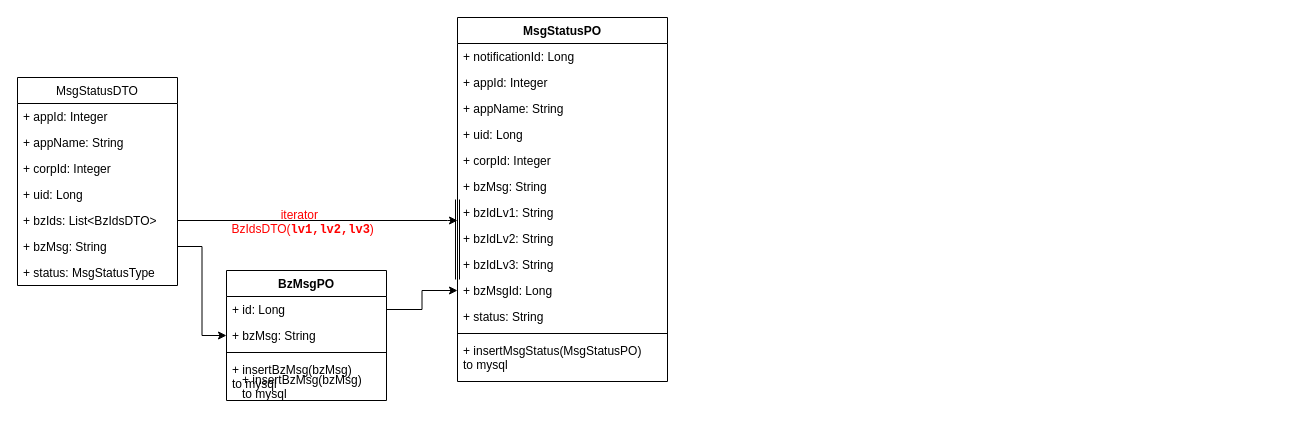
mayunzhen/user-service-provider keeps this draw.io diagram as Untitled Diagram.drawio. Above is the earlier version. Source tidied: cells renumbered, new cells numbered last; positions are measured from the earlier drawing's top-left corner, leaving out a move shared by most shapes. Both pictures are drawn from the tidied source at 100%, with x=0, y=0 at pixel (17, 17).
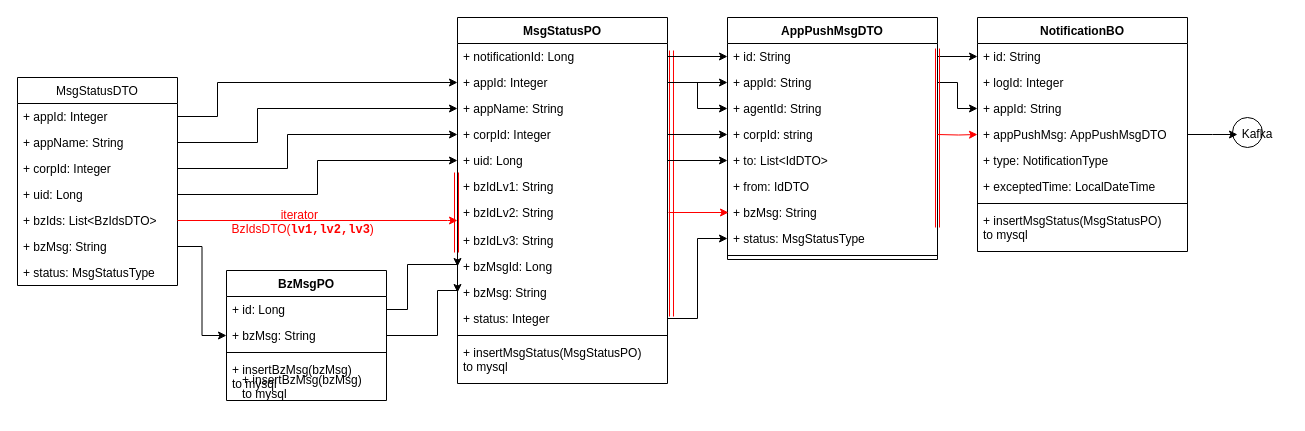
After the change.

Unchanged cells that the change refers to:
```xml
<mxCell id="3" value="+ appId: Integer" style="text;strokeColor=none;fillColor=none;align=left;verticalAlign=top;spacingLeft=4;spacingRight=4;overflow=hidden;points=[[0,0.5],[1,0.5]];portConstraint=eastwest;" parent="2" vertex="1">
  <mxGeometry y="26" width="160" height="26" as="geometry" />
</mxCell>
<mxCell id="4" value="+ appName: String" style="text;strokeColor=none;fillColor=none;align=left;verticalAlign=top;spacingLeft=4;spacingRight=4;overflow=hidden;points=[[0,0.5],[1,0.5]];portConstraint=eastwest;" parent="2" vertex="1">
  <mxGeometry y="52" width="160" height="26" as="geometry" />
</mxCell>
<mxCell id="5" value="+ corpId: Integer" style="text;strokeColor=none;fillColor=none;align=left;verticalAlign=top;spacingLeft=4;spacingRight=4;overflow=hidden;points=[[0,0.5],[1,0.5]];portConstraint=eastwest;" parent="2" vertex="1">
  <mxGeometry y="78" width="160" height="26" as="geometry" />
</mxCell>
<mxCell id="6" value="+ uid: Long" style="text;strokeColor=none;fillColor=none;align=left;verticalAlign=top;spacingLeft=4;spacingRight=4;overflow=hidden;points=[[0,0.5],[1,0.5]];portConstraint=eastwest;" parent="2" vertex="1">
  <mxGeometry y="104" width="160" height="26" as="geometry" />
</mxCell>
<mxCell id="7" value="+ bzIds: List&lt;BzIdsDTO&gt;" style="text;strokeColor=none;fillColor=none;align=left;verticalAlign=top;spacingLeft=4;spacingRight=4;overflow=hidden;points=[[0,0.5],[1,0.5]];portConstraint=eastwest;" parent="2" vertex="1">
  <mxGeometry y="130" width="160" height="26" as="geometry" />
</mxCell>
<mxCell id="11" value="+ id: Long" style="text;strokeColor=none;fillColor=none;align=left;verticalAlign=top;spacingLeft=4;spacingRight=4;overflow=hidden;points=[[0,0.5],[1,0.5]];portConstraint=eastwest;" parent="10" vertex="1">
  <mxGeometry y="26" width="160" height="26" as="geometry" />
</mxCell>
<mxCell id="12" value="+ bzMsg: String" style="text;strokeColor=none;fillColor=none;align=left;verticalAlign=top;spacingLeft=4;spacingRight=4;overflow=hidden;points=[[0,0.5],[1,0.5]];portConstraint=eastwest;" parent="10" vertex="1">
  <mxGeometry y="52" width="160" height="26" as="geometry" />
</mxCell>
<mxCell id="20" value="+ notificationId: Long" style="text;strokeColor=none;fillColor=none;align=left;verticalAlign=top;spacingLeft=4;spacingRight=4;overflow=hidden;points=[[0,0.5],[1,0.5]];portConstraint=eastwest;" parent="19" vertex="1">
  <mxGeometry y="26" width="210" height="26" as="geometry" />
</mxCell>
<mxCell id="21" value="+ appId: Integer" style="text;strokeColor=none;fillColor=none;align=left;verticalAlign=top;spacingLeft=4;spacingRight=4;overflow=hidden;points=[[0,0.5],[1,0.5]];portConstraint=eastwest;" parent="19" vertex="1">
  <mxGeometry y="52" width="210" height="26" as="geometry" />
</mxCell>
<mxCell id="22" value="+ appName: String" style="text;strokeColor=none;fillColor=none;align=left;verticalAlign=top;spacingLeft=4;spacingRight=4;overflow=hidden;points=[[0,0.5],[1,0.5]];portConstraint=eastwest;" parent="19" vertex="1">
  <mxGeometry y="78" width="210" height="26" as="geometry" />
</mxCell>
```

Diff of the diagram source:
```diff
@@
-    <mxCell id="16" style="edgeStyle=orthogonalEdgeStyle;rounded=0;jettySize=auto;html=1;exitX=1;exitY=0.5;exitDx=0;exitDy=0;" parent="1" edge="1" source="7">
+    <mxCell id="16" style="edgeStyle=orthogonalEdgeStyle;rounded=0;jettySize=auto;html=1;exitX=1;exitY=0.5;exitDx=0;exitDy=0;strokeColor=#FF0000;" parent="1" edge="1" source="7">
       <mxGeometry relative="1" as="geometry">
         <mxPoint x="440" y="203" as="targetPoint" />
         <Array as="points">
           <mxPoint x="430" y="203" />
         </Array>
       </mxGeometry>
     </mxCell>
@@
     <mxCell id="19" value="MsgStatusPO" style="swimlane;fontStyle=1;align=center;verticalAlign=top;horizontal=1;startSize=26;" parent="1" vertex="1">
-      <mxGeometry x="440" width="210" height="364" as="geometry" />
+      <mxGeometry x="440" width="210" height="366" as="geometry" />
     </mxCell>
@@
+    <mxCell id="24" value="+ corpId: Integer" style="text;strokeColor=none;fillColor=none;align=left;verticalAlign=top;spacingLeft=4;spacingRight=4;overflow=hidden;points=[[0,0.5],[1,0.5]];portConstraint=eastwest;" parent="19" vertex="1">
+      <mxGeometry y="104" width="210" height="26" as="geometry" />
+    </mxCell>
     <mxCell id="23" value="+ uid: Long" style="text;strokeColor=none;fillColor=none;align=left;verticalAlign=top;spacingLeft=4;spacingRight=4;overflow=hidden;points=[[0,0.5],[1,0.5]];portConstraint=eastwest;" parent="19" vertex="1">
-      <mxGeometry y="104" width="210" height="26" as="geometry" />
+      <mxGeometry y="130" width="210" height="26" as="geometry" />
     </mxCell>
-    <mxCell id="24" value="+ corpId: Integer" style="text;strokeColor=none;fillColor=none;align=left;verticalAlign=top;spacingLeft=4;spacingRight=4;overflow=hidden;points=[[0,0.5],[1,0.5]];portConstraint=eastwest;" parent="19" vertex="1">
-      <mxGeometry y="130" width="210" height="26" as="geometry" />
-    </mxCell>
-    <mxCell id="25" value="+ bzMsg: String" style="text;strokeColor=none;fillColor=none;align=left;verticalAlign=top;spacingLeft=4;spacingRight=4;overflow=hidden;points=[[0,0.5],[1,0.5]];portConstraint=eastwest;" parent="19" vertex="1">
-      <mxGeometry y="156" width="210" height="26" as="geometry" />
-    </mxCell>
     <mxCell id="26" value="+ bzIdLv1: String" style="text;strokeColor=none;fillColor=none;align=left;verticalAlign=top;spacingLeft=4;spacingRight=4;overflow=hidden;" parent="19" vertex="1">
-      <mxGeometry y="182" width="210" height="26" as="geometry" />
+      <mxGeometry y="156" width="210" height="26" as="geometry" />
     </mxCell>
+    <mxCell id="33" style="shape=link;html=1;rounded=0;fontSize=12;fontColor=#FF0000;strokeColor=#FF0000;" parent="19" edge="1">
+      <mxGeometry relative="1" as="geometry">
+        <mxPoint x="-1" y="155" as="sourcePoint" />
+        <mxPoint x="-1" y="235" as="targetPoint" />
+      </mxGeometry>
+    </mxCell>
     <mxCell id="27" value="+ bzIdLv2: String" style="text;strokeColor=none;fillColor=none;align=left;verticalAlign=top;spacingLeft=4;spacingRight=4;overflow=hidden;" parent="19" vertex="1">
-      <mxGeometry y="208" width="210" height="26" as="geometry" />
+      <mxGeometry y="182" width="210" height="28" as="geometry" />
     </mxCell>
     <mxCell id="28" value="+ bzIdLv3: String" style="text;strokeColor=none;fillColor=none;align=left;verticalAlign=top;spacingLeft=4;spacingRight=4;overflow=hidden;" parent="19" vertex="1">
-      <mxGeometry y="234" width="210" height="26" as="geometry" />
+      <mxGeometry y="210" width="210" height="26" as="geometry" />
     </mxCell>
     <mxCell id="29" value="+ bzMsgId: Long" style="text;strokeColor=none;fillColor=none;align=left;verticalAlign=top;spacingLeft=4;spacingRight=4;overflow=hidden;points=[[0,0.5],[1,0.5]];portConstraint=eastwest;" parent="19" vertex="1">
-      <mxGeometry y="260" width="210" height="26" as="geometry" />
+      <mxGeometry y="236" width="210" height="26" as="geometry" />
     </mxCell>
+    <mxCell id="25" value="+ bzMsg: String" style="text;strokeColor=none;fillColor=none;align=left;verticalAlign=top;spacingLeft=4;spacingRight=4;overflow=hidden;points=[[0,0.5],[1,0.5]];portConstraint=eastwest;" parent="19" vertex="1">
+      <mxGeometry y="262" width="210" height="26" as="geometry" />
+    </mxCell>
-    <mxCell id="30" value="+ status: String" style="text;strokeColor=none;fillColor=none;align=left;verticalAlign=top;spacingLeft=4;spacingRight=4;overflow=hidden;points=[[0,0.5],[1,0.5]];portConstraint=eastwest;" parent="19" vertex="1">
-      <mxGeometry y="286" width="210" height="26" as="geometry" />
+    <mxCell id="30" value="+ status: Integer" style="text;strokeColor=none;fillColor=none;align=left;verticalAlign=top;spacingLeft=4;spacingRight=4;overflow=hidden;points=[[0,0.5],[1,0.5]];portConstraint=eastwest;" parent="19" vertex="1">
+      <mxGeometry y="288" width="210" height="26" as="geometry" />
     </mxCell>
     <mxCell id="31" style="line;strokeWidth=1;fillColor=none;align=left;verticalAlign=middle;spacingTop=-1;spacingLeft=3;spacingRight=3;labelPosition=right;" parent="19" vertex="1">
-      <mxGeometry y="312" width="210" height="8" as="geometry" />
+      <mxGeometry y="314" width="210" height="8" as="geometry" />
     </mxCell>
     <mxCell id="32" value="+ insertMsgStatus(MsgStatusPO)&#10;to mysql&#10;" style="text;strokeColor=none;fillColor=none;align=left;verticalAlign=top;spacingLeft=4;spacingRight=4;overflow=hidden;" parent="19" vertex="1">
-      <mxGeometry y="320" width="210" height="44" as="geometry" />
+      <mxGeometry y="322" width="210" height="44" as="geometry" />
     </mxCell>
-    <mxCell id="33" style="shape=link;html=1;rounded=0;fontSize=12;fontColor=#FF0000;" parent="1" edge="1">
-      <mxGeometry relative="1" as="geometry">
-        <mxPoint x="440" y="182" as="sourcePoint" />
-        <mxPoint x="440" y="262" as="targetPoint" />
-      </mxGeometry>
-    </mxCell>
+    <mxCell id="35" style="shape=link;html=1;rounded=0;fontSize=12;fontColor=#FF0000;exitX=1.019;exitY=0.269;exitDx=0;exitDy=0;exitPerimeter=0;strokeColor=#FF0000;" parent="19" edge="1" source="20">
+      <mxGeometry relative="1" as="geometry">
+        <mxPoint x="214" y="299" as="targetPoint" />
+      </mxGeometry>
+    </mxCell>
     <mxCell id="34" style="edgeStyle=orthogonalEdgeStyle;rounded=0;jettySize=auto;html=1;entryX=0;entryY=0.5;entryDx=0;entryDy=0;fontSize=12;fontColor=#FF0000;" parent="1" edge="1" source="11" target="29">
-      <mxGeometry relative="1" as="geometry" />
+      <mxGeometry relative="1" as="geometry">
+        <Array as="points">
+          <mxPoint x="390" y="292" />
+          <mxPoint x="390" y="247" />
+        </Array>
+      </mxGeometry>
     </mxCell>
+    <mxCell id="36" style="edgeStyle=orthogonalEdgeStyle;rounded=0;jettySize=auto;html=1;entryX=0;entryY=0.5;entryDx=0;entryDy=0;fontSize=12;fontColor=#FF0000;" parent="1" edge="1" source="12" target="25">
+      <mxGeometry relative="1" as="geometry">
+        <Array as="points">
+          <mxPoint x="420" y="318" />
+          <mxPoint x="420" y="273" />
+        </Array>
+      </mxGeometry>
+    </mxCell>
+    <mxCell id="37" style="edgeStyle=orthogonalEdgeStyle;rounded=0;jettySize=auto;html=1;exitX=1;exitY=0.5;exitDx=0;exitDy=0;entryX=0;entryY=0.5;entryDx=0;entryDy=0;fontSize=12;fontColor=#FF0000;" parent="1" edge="1" source="6" target="23">
+      <mxGeometry relative="1" as="geometry" />
+    </mxCell>
+    <mxCell id="38" style="edgeStyle=orthogonalEdgeStyle;rounded=0;jettySize=auto;html=1;fontSize=12;fontColor=#FF0000;" parent="1" edge="1" source="5" target="24">
+      <mxGeometry relative="1" as="geometry">
+        <Array as="points">
+          <mxPoint x="270" y="151" />
+          <mxPoint x="270" y="117" />
+        </Array>
+      </mxGeometry>
+    </mxCell>
+    <mxCell id="39" style="edgeStyle=orthogonalEdgeStyle;rounded=0;jettySize=auto;html=1;exitX=1;exitY=0.5;exitDx=0;exitDy=0;fontSize=12;fontColor=#FF0000;" parent="1" edge="1" source="4" target="22">
+      <mxGeometry relative="1" as="geometry">
+        <Array as="points">
+          <mxPoint x="240" y="125" />
+          <mxPoint x="240" y="91" />
+        </Array>
+      </mxGeometry>
+    </mxCell>
+    <mxCell id="40" style="edgeStyle=orthogonalEdgeStyle;rounded=0;jettySize=auto;html=1;exitX=1;exitY=0.5;exitDx=0;exitDy=0;entryX=0;entryY=0.5;entryDx=0;entryDy=0;fontSize=12;fontColor=#FF0000;" parent="1" edge="1" source="3" target="21">
+      <mxGeometry relative="1" as="geometry">
+        <Array as="points">
+          <mxPoint x="200" y="99" />
+          <mxPoint x="200" y="65" />
+        </Array>
+      </mxGeometry>
+    </mxCell>
+    <mxCell id="41" value="AppPushMsgDTO" style="swimlane;fontStyle=1;align=center;verticalAlign=top;horizontal=1;startSize=26;" parent="1" vertex="1">
+      <mxGeometry x="710" width="210" height="242" as="geometry" />
+    </mxCell>
+    <mxCell id="42" value="+ id: String" style="text;strokeColor=none;fillColor=none;align=left;verticalAlign=top;spacingLeft=4;spacingRight=4;overflow=hidden;points=[[0,0.5],[1,0.5]];portConstraint=eastwest;" parent="41" vertex="1">
+      <mxGeometry y="26" width="210" height="26" as="geometry" />
+    </mxCell>
+    <mxCell id="43" value="+ appId: String" style="text;strokeColor=none;fillColor=none;align=left;verticalAlign=top;spacingLeft=4;spacingRight=4;overflow=hidden;points=[[0,0.5],[1,0.5]];portConstraint=eastwest;" parent="41" vertex="1">
+      <mxGeometry y="52" width="210" height="26" as="geometry" />
+    </mxCell>
+    <mxCell id="44" value="+ agentId: String" style="text;strokeColor=none;fillColor=none;align=left;verticalAlign=top;spacingLeft=4;spacingRight=4;overflow=hidden;points=[[0,0.5],[1,0.5]];portConstraint=eastwest;" parent="41" vertex="1">
+      <mxGeometry y="78" width="210" height="26" as="geometry" />
+    </mxCell>
+    <mxCell id="45" value="+ corpId: string" style="text;strokeColor=none;fillColor=none;align=left;verticalAlign=top;spacingLeft=4;spacingRight=4;overflow=hidden;points=[[0,0.5],[1,0.5]];portConstraint=eastwest;" parent="41" vertex="1">
+      <mxGeometry y="104" width="210" height="26" as="geometry" />
+    </mxCell>
+    <mxCell id="46" value="+ to: List&lt;IdDTO&gt;" style="text;strokeColor=none;fillColor=none;align=left;verticalAlign=top;spacingLeft=4;spacingRight=4;overflow=hidden;points=[[0,0.5],[1,0.5]];portConstraint=eastwest;" parent="41" vertex="1">
+      <mxGeometry y="130" width="210" height="26" as="geometry" />
+    </mxCell>
+    <mxCell id="47" value="+ from: IdDTO" style="text;strokeColor=none;fillColor=none;align=left;verticalAlign=top;spacingLeft=4;spacingRight=4;overflow=hidden;" parent="41" vertex="1">
+      <mxGeometry y="156" width="210" height="26" as="geometry" />
+    </mxCell>
+    <mxCell id="48" value="+ bzMsg: String" style="text;strokeColor=none;fillColor=none;align=left;verticalAlign=top;spacingLeft=4;spacingRight=4;overflow=hidden;" parent="41" vertex="1">
+      <mxGeometry y="182" width="210" height="26" as="geometry" />
+    </mxCell>
+    <mxCell id="49" value="+ status: MsgStatusType" style="text;strokeColor=none;fillColor=none;align=left;verticalAlign=top;spacingLeft=4;spacingRight=4;overflow=hidden;points=[[0,0.5],[1,0.5]];portConstraint=eastwest;" parent="41" vertex="1">
+      <mxGeometry y="208" width="210" height="26" as="geometry" />
+    </mxCell>
+    <mxCell id="50" style="line;strokeWidth=1;fillColor=none;align=left;verticalAlign=middle;spacingTop=-1;spacingLeft=3;spacingRight=3;labelPosition=right;" parent="41" vertex="1">
+      <mxGeometry y="234" width="210" height="8" as="geometry" />
+    </mxCell>
+    <mxCell id="51" style="edgeStyle=orthogonalEdgeStyle;rounded=0;jettySize=auto;html=1;exitX=1;exitY=0.5;exitDx=0;exitDy=0;entryX=0;entryY=0.5;entryDx=0;entryDy=0;fontSize=12;fontColor=#FF0000;" parent="1" edge="1" source="20" target="42">
+      <mxGeometry relative="1" as="geometry" />
+    </mxCell>
+    <mxCell id="52" style="edgeStyle=orthogonalEdgeStyle;rounded=0;jettySize=auto;html=1;exitX=1;exitY=0.5;exitDx=0;exitDy=0;entryX=0;entryY=0.5;entryDx=0;entryDy=0;fontSize=12;fontColor=#FF0000;" parent="1" edge="1" source="21" target="43">
+      <mxGeometry relative="1" as="geometry" />
+    </mxCell>
+    <mxCell id="53" style="edgeStyle=orthogonalEdgeStyle;rounded=0;jettySize=auto;html=1;exitX=1;exitY=0.5;exitDx=0;exitDy=0;entryX=0;entryY=0.5;entryDx=0;entryDy=0;fontSize=12;fontColor=#FF0000;" parent="1" edge="1" source="21" target="44">
+      <mxGeometry relative="1" as="geometry" />
+    </mxCell>
+    <mxCell id="54" style="edgeStyle=orthogonalEdgeStyle;rounded=0;jettySize=auto;html=1;exitX=1;exitY=0.5;exitDx=0;exitDy=0;entryX=0;entryY=0.5;entryDx=0;entryDy=0;fontSize=12;fontColor=#FF0000;" parent="1" edge="1" source="24" target="45">
+      <mxGeometry relative="1" as="geometry" />
+    </mxCell>
+    <mxCell id="55" style="edgeStyle=orthogonalEdgeStyle;rounded=0;jettySize=auto;html=1;exitX=1;exitY=0.5;exitDx=0;exitDy=0;entryX=0;entryY=0.5;entryDx=0;entryDy=0;fontSize=12;fontColor=#FF0000;" parent="1" edge="1" source="23" target="46">
+      <mxGeometry relative="1" as="geometry" />
+    </mxCell>
+    <mxCell id="56" style="edgeStyle=orthogonalEdgeStyle;rounded=0;orthogonalLoop=1;jettySize=auto;html=1;entryX=0;entryY=0.5;entryDx=0;entryDy=0;fontSize=12;fontColor=#FF0000;strokeColor=#FF0000;" parent="1" edge="1">
+      <mxGeometry relative="1" as="geometry">
+        <mxPoint x="651" y="195" as="sourcePoint" />
+        <mxPoint x="711" y="195" as="targetPoint" />
+      </mxGeometry>
+    </mxCell>
+    <mxCell id="57" style="edgeStyle=orthogonalEdgeStyle;rounded=0;jettySize=auto;html=1;exitX=1;exitY=0.5;exitDx=0;exitDy=0;entryX=0;entryY=0.5;entryDx=0;entryDy=0;fontSize=12;fontColor=#FF0000;strokeColor=#000000;" parent="1" edge="1" source="30" target="49">
+      <mxGeometry relative="1" as="geometry" />
+    </mxCell>
+    <mxCell id="58" value="NotificationBO" style="swimlane;fontStyle=1;align=center;verticalAlign=top;horizontal=1;startSize=26;" parent="1" vertex="1">
+      <mxGeometry x="960" width="210" height="234" as="geometry" />
+    </mxCell>
+    <mxCell id="59" value="+ id: String" style="text;strokeColor=none;fillColor=none;align=left;verticalAlign=top;spacingLeft=4;spacingRight=4;overflow=hidden;points=[[0,0.5],[1,0.5]];portConstraint=eastwest;" parent="58" vertex="1">
+      <mxGeometry y="26" width="210" height="26" as="geometry" />
+    </mxCell>
+    <mxCell id="60" value="+ logId: Integer" style="text;strokeColor=none;fillColor=none;align=left;verticalAlign=top;spacingLeft=4;spacingRight=4;overflow=hidden;" parent="58" vertex="1">
+      <mxGeometry y="52" width="210" height="26" as="geometry" />
+    </mxCell>
+    <mxCell id="61" value="+ appId: String" style="text;strokeColor=none;fillColor=none;align=left;verticalAlign=top;spacingLeft=4;spacingRight=4;overflow=hidden;points=[[0,0.5],[1,0.5]];portConstraint=eastwest;" parent="58" vertex="1">
+      <mxGeometry y="78" width="210" height="26" as="geometry" />
+    </mxCell>
+    <mxCell id="62" value="+ appPushMsg: AppPushMsgDTO" style="text;strokeColor=none;fillColor=none;align=left;verticalAlign=top;spacingLeft=4;spacingRight=4;overflow=hidden;points=[[0,0.5],[1,0.5]];portConstraint=eastwest;" parent="58" vertex="1">
+      <mxGeometry y="104" width="210" height="26" as="geometry" />
+    </mxCell>
+    <mxCell id="63" value="+ type: NotificationType" style="text;strokeColor=none;fillColor=none;align=left;verticalAlign=top;spacingLeft=4;spacingRight=4;overflow=hidden;" parent="58" vertex="1">
+      <mxGeometry y="130" width="210" height="26" as="geometry" />
+    </mxCell>
+    <mxCell id="64" value="+ exceptedTime: LocalDateTime" style="text;strokeColor=none;fillColor=none;align=left;verticalAlign=top;spacingLeft=4;spacingRight=4;overflow=hidden;" parent="58" vertex="1">
+      <mxGeometry y="156" width="210" height="26" as="geometry" />
+    </mxCell>
+    <mxCell id="65" style="line;strokeWidth=1;fillColor=none;align=left;verticalAlign=middle;spacingTop=-1;spacingLeft=3;spacingRight=3;labelPosition=right;" parent="58" vertex="1">
+      <mxGeometry y="182" width="210" height="8" as="geometry" />
+    </mxCell>
+    <mxCell id="66" value="+ insertMsgStatus(MsgStatusPO)&#10;to mysql&#10;" style="text;strokeColor=none;fillColor=none;align=left;verticalAlign=top;spacingLeft=4;spacingRight=4;overflow=hidden;" parent="58" vertex="1">
+      <mxGeometry y="190" width="210" height="44" as="geometry" />
+    </mxCell>
+    <mxCell id="67" style="edgeStyle=orthogonalEdgeStyle;rounded=0;jettySize=auto;html=1;exitX=1;exitY=0.5;exitDx=0;exitDy=0;entryX=0;entryY=0.5;entryDx=0;entryDy=0;fontSize=12;fontColor=#FF0000;strokeColor=#000000;" parent="1" edge="1" source="42" target="59">
+      <mxGeometry relative="1" as="geometry" />
+    </mxCell>
+    <mxCell id="68" style="edgeStyle=orthogonalEdgeStyle;rounded=0;jettySize=auto;html=1;exitX=1;exitY=0.5;exitDx=0;exitDy=0;entryX=0;entryY=0.5;entryDx=0;entryDy=0;fontSize=12;fontColor=#FF0000;strokeColor=#000000;" parent="1" edge="1" source="43" target="61">
+      <mxGeometry relative="1" as="geometry" />
+    </mxCell>
+    <mxCell id="69" style="shape=link;html=1;rounded=0;fontSize=12;fontColor=#FF0000;exitX=1.019;exitY=0.269;exitDx=0;exitDy=0;exitPerimeter=0;strokeColor=#FF0000;" parent="1" edge="1">
+      <mxGeometry relative="1" as="geometry">
+        <mxPoint x="920" y="31" as="sourcePoint" />
+        <mxPoint x="920" y="210" as="targetPoint" />
+      </mxGeometry>
+    </mxCell>
+    <mxCell id="70" style="edgeStyle=orthogonalEdgeStyle;rounded=0;jettySize=auto;html=1;entryX=0;entryY=0.5;entryDx=0;entryDy=0;fontSize=12;fontColor=#FF0000;strokeColor=#FF0000;" parent="1" edge="1" target="62">
+      <mxGeometry relative="1" as="geometry">
+        <mxPoint x="920" y="117" as="sourcePoint" />
+      </mxGeometry>
+    </mxCell>
+    <mxCell id="71" style="ellipse;whiteSpace=wrap;html=1;fontSize=12;fontColor=#FF0000;" parent="1" vertex="1">
+      <mxGeometry x="1215" y="100" width="30" height="30" as="geometry" />
+    </mxCell>
+    <mxCell id="72" style="edgeStyle=orthogonalEdgeStyle;rounded=0;jettySize=auto;html=1;exitX=1;exitY=0.5;exitDx=0;exitDy=0;fontSize=12;fontColor=#FF0000;strokeColor=#000000;" parent="1" edge="1" source="62">
+      <mxGeometry relative="1" as="geometry">
+        <mxPoint x="1220" y="117" as="targetPoint" />
+      </mxGeometry>
+    </mxCell>
+    <mxCell id="73" value="&lt;font color=&quot;#000000&quot;&gt;Kafka&lt;/font&gt;" style="text;html=1;strokeColor=none;fillColor=none;align=center;verticalAlign=middle;whiteSpace=wrap;rounded=0;fontSize=12;fontColor=#FF0000;" parent="1" vertex="1">
+      <mxGeometry x="1210" y="102" width="60" height="30" as="geometry" />
+    </mxCell>
```
